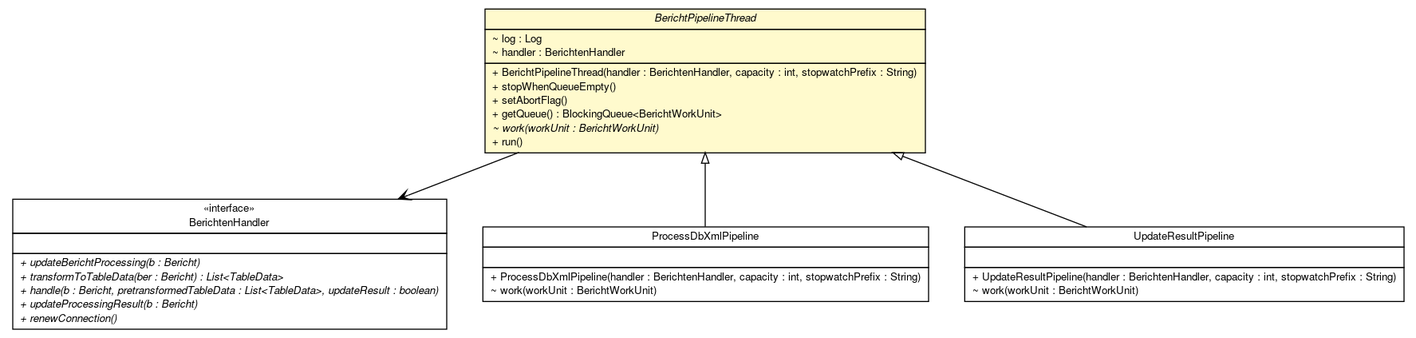
Before: brmo-loader/apidocs/nl/b3p/brmo/loader/pipeline/BerichtPipelineThread.png, a diagram exported from Graphviz (B3Partners/brmo). Its source is kept beside it as brmo-loader/apidocs/nl/b3p/brmo/loader/pipeline/BerichtPipelineThread.dot.
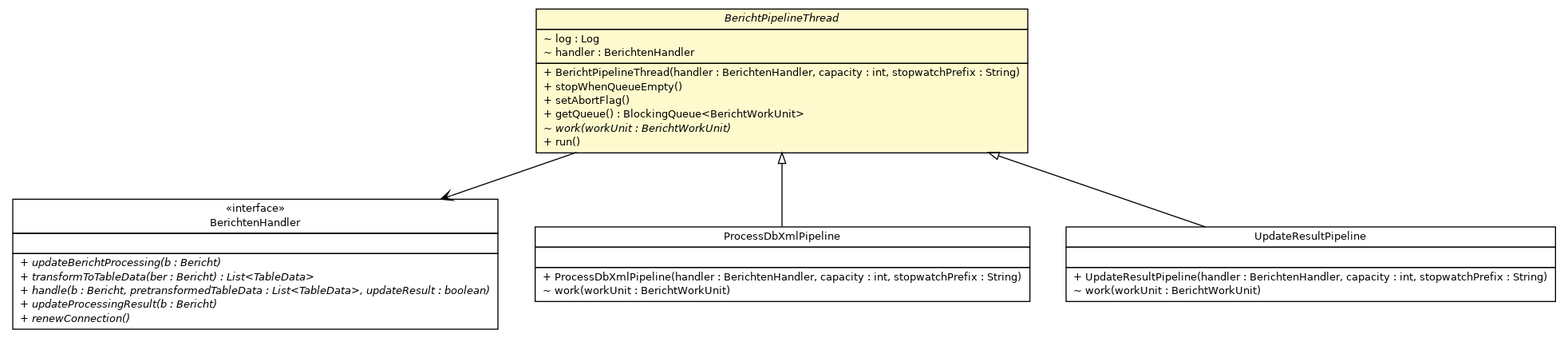
After the change.

Diff of the diagram source:
```diff
@@ -4,7 +4,7 @@
 	node [fontname="Helvetica",fontsize=10,shape=plaintext];
 	nodesep=0.25;
 	ranksep=0.5;
-	c1165 [label=<<table title="nl.b3p.brmo.loader.BerichtenHandler" border="0" cellborder="1" cellspacing="0" cellpadding="2" port="p" href="../BerichtenHandler.html">
+	c1159 [label=<<table title="nl.b3p.brmo.loader.BerichtenHandler" border="0" cellborder="1" cellspacing="0" cellpadding="2" port="p" href="../BerichtenHandler.html">
 		<tr><td><table border="0" cellspacing="0" cellpadding="1">
 <tr><td align="center" balign="center"> &#171;interface&#187; </td></tr>
 <tr><td align="center" balign="center"> BerichtenHandler </td></tr>
@@ -20,31 +20,7 @@
 <tr><td align="left" balign="left"><font face="Helvetica-Oblique" point-size="10.0"> + renewConnection() </font></td></tr>
 		</table></td></tr>
 		</table>>, URL="../BerichtenHandler.html", fontname="Helvetica", fontcolor="black", fontsize=10.0];
-	c1203 [label=<<table title="nl.b3p.brmo.loader.pipeline.ProcessDbXmlPipeline" border="0" cellborder="1" cellspacing="0" cellpadding="2" port="p" href="./ProcessDbXmlPipeline.html">
-		<tr><td><table border="0" cellspacing="0" cellpadding="1">
-<tr><td align="center" balign="center"> ProcessDbXmlPipeline </td></tr>
-		</table></td></tr>
-		<tr><td><table border="0" cellspacing="0" cellpadding="1">
-<tr><td align="left" balign="left">  </td></tr>
-		</table></td></tr>
-		<tr><td><table border="0" cellspacing="0" cellpadding="1">
-<tr><td align="left" balign="left"> + ProcessDbXmlPipeline(handler : BerichtenHandler, capacity : int, stopwatchPrefix : String) </td></tr>
-<tr><td align="left" balign="left"> ~ work(workUnit : BerichtWorkUnit) </td></tr>
-		</table></td></tr>
-		</table>>, URL="./ProcessDbXmlPipeline.html", fontname="Helvetica", fontcolor="black", fontsize=10.0];
-	c1204 [label=<<table title="nl.b3p.brmo.loader.pipeline.UpdateResultPipeline" border="0" cellborder="1" cellspacing="0" cellpadding="2" port="p" href="./UpdateResultPipeline.html">
-		<tr><td><table border="0" cellspacing="0" cellpadding="1">
-<tr><td align="center" balign="center"> UpdateResultPipeline </td></tr>
-		</table></td></tr>
-		<tr><td><table border="0" cellspacing="0" cellpadding="1">
-<tr><td align="left" balign="left">  </td></tr>
-		</table></td></tr>
-		<tr><td><table border="0" cellspacing="0" cellpadding="1">
-<tr><td align="left" balign="left"> + UpdateResultPipeline(handler : BerichtenHandler, capacity : int, stopwatchPrefix : String) </td></tr>
-<tr><td align="left" balign="left"> ~ work(workUnit : BerichtWorkUnit) </td></tr>
-		</table></td></tr>
-		</table>>, URL="./UpdateResultPipeline.html", fontname="Helvetica", fontcolor="black", fontsize=10.0];
-	c1206 [label=<<table title="nl.b3p.brmo.loader.pipeline.BerichtPipelineThread" border="0" cellborder="1" cellspacing="0" cellpadding="2" port="p" bgcolor="lemonChiffon" href="./BerichtPipelineThread.html">
+	c1166 [label=<<table title="nl.b3p.brmo.loader.pipeline.BerichtPipelineThread" border="0" cellborder="1" cellspacing="0" cellpadding="2" port="p" bgcolor="lemonChiffon" href="./BerichtPipelineThread.html">
 		<tr><td><table border="0" cellspacing="0" cellpadding="1">
 <tr><td align="center" balign="center"><font face="Helvetica-Oblique"> BerichtPipelineThread </font></td></tr>
 		</table></td></tr>
@@ -61,7 +37,31 @@
 <tr><td align="left" balign="left"> + run() </td></tr>
 		</table></td></tr>
 		</table>>, URL="./BerichtPipelineThread.html", fontname="Helvetica", fontcolor="black", fontsize=10.0];
-	c1206:p -> c1203:p [dir=back,arrowtail=empty];
-	c1206:p -> c1204:p [dir=back,arrowtail=empty];
-	c1206:p -> c1165:p [taillabel="", label="", headlabel="", fontname="Helvetica", fontcolor="black", fontsize=10.0, color="black", arrowhead=open];
+	c1167 [label=<<table title="nl.b3p.brmo.loader.pipeline.ProcessDbXmlPipeline" border="0" cellborder="1" cellspacing="0" cellpadding="2" port="p" href="./ProcessDbXmlPipeline.html">
+		<tr><td><table border="0" cellspacing="0" cellpadding="1">
+<tr><td align="center" balign="center"> ProcessDbXmlPipeline </td></tr>
+		</table></td></tr>
+		<tr><td><table border="0" cellspacing="0" cellpadding="1">
+<tr><td align="left" balign="left">  </td></tr>
+		</table></td></tr>
+		<tr><td><table border="0" cellspacing="0" cellpadding="1">
+<tr><td align="left" balign="left"> + ProcessDbXmlPipeline(handler : BerichtenHandler, capacity : int, stopwatchPrefix : String) </td></tr>
+<tr><td align="left" balign="left"> ~ work(workUnit : BerichtWorkUnit) </td></tr>
+		</table></td></tr>
+		</table>>, URL="./ProcessDbXmlPipeline.html", fontname="Helvetica", fontcolor="black", fontsize=10.0];
+	c1169 [label=<<table title="nl.b3p.brmo.loader.pipeline.UpdateResultPipeline" border="0" cellborder="1" cellspacing="0" cellpadding="2" port="p" href="./UpdateResultPipeline.html">
+		<tr><td><table border="0" cellspacing="0" cellpadding="1">
+<tr><td align="center" balign="center"> UpdateResultPipeline </td></tr>
+		</table></td></tr>
+		<tr><td><table border="0" cellspacing="0" cellpadding="1">
+<tr><td align="left" balign="left">  </td></tr>
+		</table></td></tr>
+		<tr><td><table border="0" cellspacing="0" cellpadding="1">
+<tr><td align="left" balign="left"> + UpdateResultPipeline(handler : BerichtenHandler, capacity : int, stopwatchPrefix : String) </td></tr>
+<tr><td align="left" balign="left"> ~ work(workUnit : BerichtWorkUnit) </td></tr>
+		</table></td></tr>
+		</table>>, URL="./UpdateResultPipeline.html", fontname="Helvetica", fontcolor="black", fontsize=10.0];
+	c1166:p -> c1167:p [dir=back,arrowtail=empty];
+	c1166:p -> c1169:p [dir=back,arrowtail=empty];
+	c1166:p -> c1159:p [taillabel="", label="", headlabel="", fontname="Helvetica", fontcolor="black", fontsize=10.0, color="black", arrowhead=open];
 }
```
